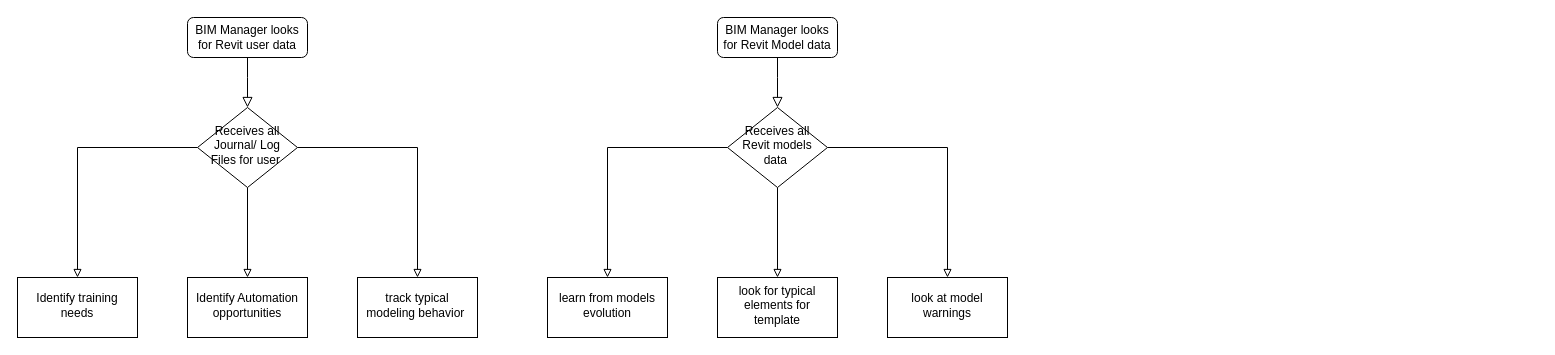
Earlier version of the draw.io diagram 07_Planning/Use Case Diagram.drawio (DaltonGOO/BIM-Analytics-Platform). Source tidied: cells renumbered, new cells numbered last; positions are measured from the earlier drawing's top-left corner, leaving out a move shared by most shapes. Both pictures are drawn from the tidied source at 100%, with x=0, y=0 at pixel (17, 17).
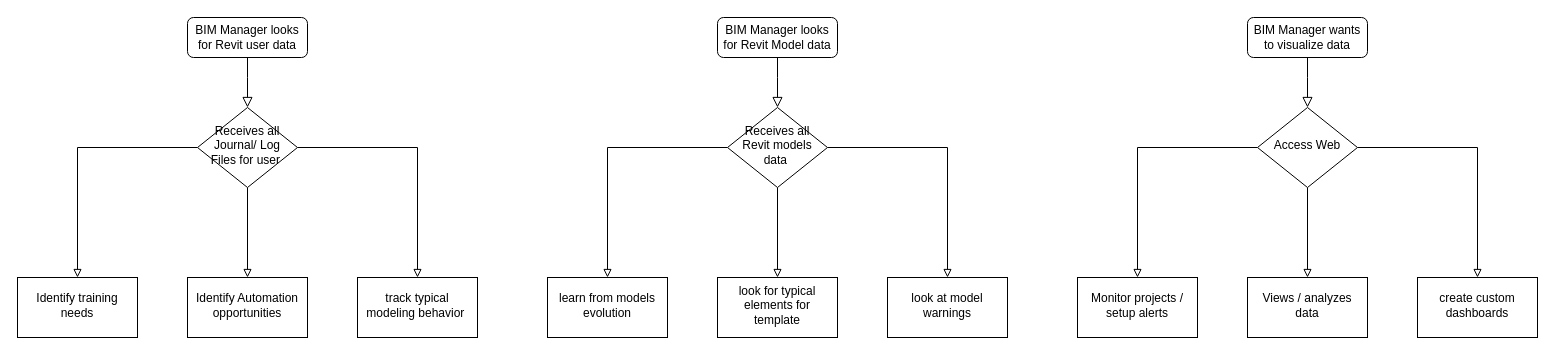
Above is the later version.

Commit message:
Update Use Case Diagram.drawio added more use cases :briefcase:

The edit, as a diff of the source:
```diff
@@
+    <mxCell id="20" style="rounded=0;html=1;jettySize=auto;fontSize=11;endArrow=block;endFill=0;endSize=8;strokeWidth=1;shadow=0;labelBackgroundColor=none;edgeStyle=orthogonalEdgeStyle;align=left;" parent="1" edge="1" source="21" target="25">
+      <mxGeometry relative="1" as="geometry">
+        <Array as="points">
+          <mxPoint x="1290" y="60" />
+          <mxPoint x="1290" y="60" />
+        </Array>
+      </mxGeometry>
+    </mxCell>
+    <mxCell id="21" value="BIM Manager wants to visualize data" style="rounded=1;whiteSpace=wrap;html=1;fontSize=12;glass=0;strokeWidth=1;shadow=0;" parent="1" vertex="1">
+      <mxGeometry x="1230" width="120" height="40" as="geometry" />
+    </mxCell>
+    <mxCell id="22" style="edgeStyle=orthogonalEdgeStyle;rounded=0;jettySize=auto;html=1;startFill=1;endArrow=block;endFill=0;align=left;" parent="1" edge="1" source="25" target="26">
+      <mxGeometry relative="1" as="geometry" />
+    </mxCell>
+    <mxCell id="23" style="edgeStyle=orthogonalEdgeStyle;rounded=0;jettySize=auto;html=1;startFill=1;endArrow=block;endFill=0;align=left;" parent="1" edge="1" source="25" target="27">
+      <mxGeometry relative="1" as="geometry" />
+    </mxCell>
+    <mxCell id="24" style="edgeStyle=orthogonalEdgeStyle;rounded=0;jettySize=auto;html=1;startFill=1;endArrow=block;endFill=0;align=left;" parent="1" edge="1" source="25" target="28">
+      <mxGeometry relative="1" as="geometry" />
+    </mxCell>
+    <mxCell id="25" value="Access Web" style="rhombus;whiteSpace=wrap;html=1;shadow=0;fontFamily=Helvetica;fontSize=12;align=center;strokeWidth=1;spacing=6;spacingTop=-4;" parent="1" vertex="1">
+      <mxGeometry x="1240" y="90" width="100" height="80" as="geometry" />
+    </mxCell>
+    <mxCell id="26" value="&lt;span&gt;Monitor projects / setup alerts&lt;/span&gt;" style="whiteSpace=wrap;html=1;shadow=0;strokeWidth=1;spacing=6;spacingTop=-4;" parent="1" vertex="1">
+      <mxGeometry x="1060" y="260" width="120" height="60" as="geometry" />
+    </mxCell>
+    <mxCell id="27" value="Views / analyzes data" style="whiteSpace=wrap;html=1;shadow=0;strokeWidth=1;spacing=6;spacingTop=-4;" parent="1" vertex="1">
+      <mxGeometry x="1230" y="260" width="120" height="60" as="geometry" />
+    </mxCell>
+    <mxCell id="28" value="create custom dashboards" style="whiteSpace=wrap;html=1;shadow=0;strokeWidth=1;spacing=6;spacingTop=-4;" parent="1" vertex="1">
+      <mxGeometry x="1400" y="260" width="120" height="60" as="geometry" />
+    </mxCell>
```
